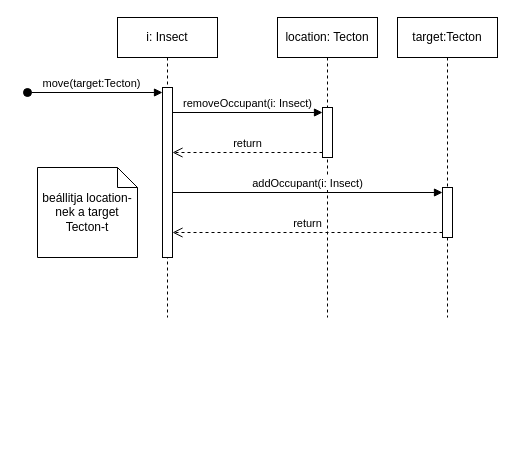
Above: page "InsectMove" (9 of 12) of Szekvencia_Diagrammok.drawio in koharzsombor/bandITs (draw.io), before the change. Source tidied: cells renumbered, new cells numbered last; positions are measured from the earlier drawing's top-left corner, leaving out a move shared by most shapes. Both pictures are drawn from the tidied source at 100%, with x=0, y=0 at pixel (27, 17).
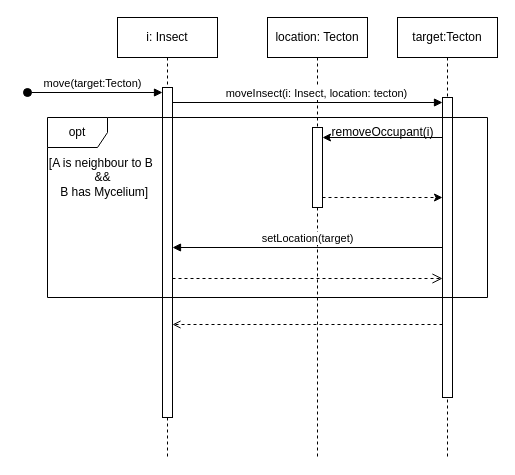
After the change.

Commit message (it also covers changes not shown here):
Szekvencia diagrammok actual legfrissebb; Komm és Szekv. diagrammok "kibővitve"

What changed in the source:
```diff
@@
     <mxCell id="2" value="i: Insect" style="shape=umlLifeline;perimeter=lifelinePerimeter;whiteSpace=wrap;html=1;newEdgeStyle={&quot;curved&quot;:0,&quot;rounded&quot;:0};" parent="1" vertex="1">
-      <mxGeometry x="90" width="100" height="300" as="geometry" />
+      <mxGeometry x="90" width="100" height="440" as="geometry" />
     </mxCell>
-    <mxCell id="3" style="html=1;points=[[0,0,0,0,5],[0,1,0,0,-5],[1,0,0,0,5],[1,1,0,0,-5]];perimeter=orthogonalPerimeter;outlineConnect=0;targetShapes=umlLifeline;portConstraint=eastwest;newEdgeStyle={&quot;curved&quot;:0,&quot;rounded&quot;:0};" parent="2" vertex="1">
-      <mxGeometry x="45" y="70" width="10" height="170" as="geometry" />
-    </mxCell>
+    <mxCell id="14" style="html=1;points=[[0,0,0,0,5],[0,1,0,0,-5],[1,0,0,0,5],[1,1,0,0,-5]];perimeter=orthogonalPerimeter;outlineConnect=0;targetShapes=umlLifeline;portConstraint=eastwest;newEdgeStyle={&quot;curved&quot;:0,&quot;rounded&quot;:0};" parent="2" vertex="1">
+      <mxGeometry x="45" y="70" width="10" height="330" as="geometry" />
+    </mxCell>
-    <mxCell id="4" value="move(target:Tecton)" style="html=1;verticalAlign=bottom;startArrow=oval;endArrow=block;startSize=8;curved=0;rounded=0;entryX=0;entryY=0;entryDx=0;entryDy=5;" parent="2" edge="1" target="3">
-      <mxGeometry x="-0.05" relative="1" as="geometry">
+    <mxCell id="4" value="move(target:Tecton)" style="html=1;verticalAlign=bottom;startArrow=oval;endArrow=block;startSize=8;curved=0;rounded=0;entryX=0;entryY=0;entryDx=0;entryDy=5;" parent="2" edge="1" target="14">
+      <mxGeometry x="-0.04" relative="1" as="geometry">
         <mxPoint x="-90" y="75" as="sourcePoint" />
       </mxGeometry>
     </mxCell>
     <mxCell id="5" value="location: Tecton" style="shape=umlLifeline;perimeter=lifelinePerimeter;whiteSpace=wrap;html=1;newEdgeStyle={&quot;curved&quot;:0,&quot;rounded&quot;:0};" parent="1" vertex="1">
-      <mxGeometry x="250" width="100" height="300" as="geometry" />
+      <mxGeometry x="240" width="100" height="440" as="geometry" />
     </mxCell>
-    <mxCell id="6" style="html=1;points=[[0,0,0,0,5],[0,1,0,0,-5],[1,0,0,0,5],[1,1,0,0,-5]];perimeter=orthogonalPerimeter;outlineConnect=0;targetShapes=umlLifeline;portConstraint=eastwest;newEdgeStyle={&quot;curved&quot;:0,&quot;rounded&quot;:0};" parent="5" vertex="1">
-      <mxGeometry x="45" y="90" width="10" height="50" as="geometry" />
-    </mxCell>
+    <mxCell id="15" style="html=1;perimeter=orthogonalPerimeter;targetShapes=umlLifeline;newEdgeStyle={&quot;curved&quot;:0,&quot;rounded&quot;:0};" parent="5" vertex="1">
+      <mxGeometry x="45" y="110" width="10" height="80" as="geometry" />
+    </mxCell>
     <mxCell id="7" value="target:Tecton" style="shape=umlLifeline;perimeter=lifelinePerimeter;whiteSpace=wrap;html=1;newEdgeStyle={&quot;curved&quot;:0,&quot;rounded&quot;:0};" parent="1" vertex="1">
-      <mxGeometry x="370" width="100" height="300" as="geometry" />
+      <mxGeometry x="370" width="100" height="440" as="geometry" />
     </mxCell>
-    <mxCell id="8" style="html=1;points=[[0,0,0,0,5],[0,1,0,0,-5],[1,0,0,0,5],[1,1,0,0,-5]];perimeter=orthogonalPerimeter;outlineConnect=0;targetShapes=umlLifeline;portConstraint=eastwest;newEdgeStyle={&quot;curved&quot;:0,&quot;rounded&quot;:0};" parent="7" vertex="1">
-      <mxGeometry x="45" y="170" width="10" height="50" as="geometry" />
-    </mxCell>
-    <mxCell id="9" value="removeOccupant(i: Insect)" style="html=1;verticalAlign=bottom;endArrow=block;curved=0;rounded=0;entryX=0;entryY=0;entryDx=0;entryDy=5;" parent="1" edge="1" source="3" target="6">
-      <mxGeometry relative="1" as="geometry" />
-    </mxCell>
-    <mxCell id="10" value="return" style="html=1;verticalAlign=bottom;endArrow=open;dashed=1;endSize=8;curved=0;rounded=0;exitX=0;exitY=1;exitDx=0;exitDy=-5;" parent="1" edge="1" source="6" target="3">
-      <mxGeometry relative="1" as="geometry" />
-    </mxCell>
-    <mxCell id="11" value="addOccupant(i: Insect)" style="html=1;verticalAlign=bottom;endArrow=block;curved=0;rounded=0;entryX=0;entryY=0;entryDx=0;entryDy=5;" parent="1" edge="1" source="3" target="8">
-      <mxGeometry relative="1" as="geometry" />
-    </mxCell>
-    <mxCell id="12" value="return" style="html=1;verticalAlign=bottom;endArrow=open;dashed=1;endSize=8;curved=0;rounded=0;exitX=0;exitY=1;exitDx=0;exitDy=-5;" parent="1" edge="1" source="8" target="3">
-      <mxGeometry relative="1" as="geometry" />
-    </mxCell>
-    <mxCell id="13" value="beállitja location-nek a target Tecton-t" style="shape=note;size=20;whiteSpace=wrap;html=1;" parent="1" vertex="1">
-      <mxGeometry x="10" y="150" width="100" height="90" as="geometry" />
-    </mxCell>
+    <mxCell id="16" style="html=1;points=[[0,0,0,0,5],[0,1,0,0,-5],[1,0,0,0,5],[1,1,0,0,-5]];perimeter=orthogonalPerimeter;outlineConnect=0;targetShapes=umlLifeline;portConstraint=eastwest;newEdgeStyle={&quot;curved&quot;:0,&quot;rounded&quot;:0};" parent="7" vertex="1">
+      <mxGeometry x="45" y="80" width="10" height="300" as="geometry" />
+    </mxCell>
+    <mxCell id="17" value="setLocation(target)" style="html=1;verticalAlign=bottom;endArrow=block;curved=0;rounded=0;" parent="1" edge="1" source="16" target="14">
+      <mxGeometry relative="1" as="geometry" />
+    </mxCell>
+    <mxCell id="18" style="html=1;verticalAlign=bottom;endArrow=open;dashed=1;endSize=8;curved=0;rounded=0;" parent="1" edge="1">
+      <mxGeometry relative="1" as="geometry">
+        <mxPoint x="145" y="261" as="sourcePoint" />
+        <mxPoint x="415" y="261" as="targetPoint" />
+      </mxGeometry>
+    </mxCell>
+    <mxCell id="19" value="opt" style="shape=umlFrame;whiteSpace=wrap;html=1;" parent="1" vertex="1">
+      <mxGeometry x="20" y="100" width="440" height="180" as="geometry" />
+    </mxCell>
+    <mxCell id="20" value="[A is neighbour to B&amp;nbsp;&lt;div&gt;&amp;amp;&amp;amp;&lt;/div&gt;&lt;div&gt;&amp;nbsp;B has Mycelium]&lt;/div&gt;" style="text;html=1;align=center;verticalAlign=middle;strokeColor=none;fillColor=none;" parent="1" vertex="1">
+      <mxGeometry x="10" y="130" width="130" height="60" as="geometry" />
+    </mxCell>
+    <mxCell id="21" value="&lt;span&gt;moveInsect(i: Insect, location: tecton)&lt;/span&gt;" style="html=1;verticalAlign=bottom;endArrow=block;curved=0;rounded=0;entryX=0;entryY=0;entryDx=0;entryDy=5;" parent="1" edge="1" source="14" target="16">
+      <mxGeometry x="0.07" relative="1" as="geometry" />
+    </mxCell>
+    <mxCell id="22" style="endArrow=classic;html=1;rounded=0;" parent="1" edge="1">
+      <mxGeometry relative="1" as="geometry">
+        <mxPoint x="415" y="120" as="sourcePoint" />
+        <mxPoint x="295" y="120" as="targetPoint" />
+      </mxGeometry>
+    </mxCell>
+    <mxCell id="23" style="endArrow=classic;html=1;rounded=0;dashed=1;" parent="1" edge="1">
+      <mxGeometry relative="1" as="geometry">
+        <mxPoint x="295" y="180" as="sourcePoint" />
+        <mxPoint x="415" y="180" as="targetPoint" />
+      </mxGeometry>
+    </mxCell>
+    <mxCell id="24" value="removeOccupant(i)" style="text;html=1;align=center;verticalAlign=middle;strokeColor=none;fillColor=none;" parent="1" vertex="1">
+      <mxGeometry x="290" y="100" width="130" height="30" as="geometry" />
+    </mxCell>
+    <mxCell id="25" style="endArrow=open;html=1;rounded=0;dashed=1;endFill=0;" parent="1" edge="1">
+      <mxGeometry relative="1" as="geometry">
+        <mxPoint x="415" y="307" as="sourcePoint" />
+        <mxPoint x="145" y="307" as="targetPoint" />
+      </mxGeometry>
+    </mxCell>
```
